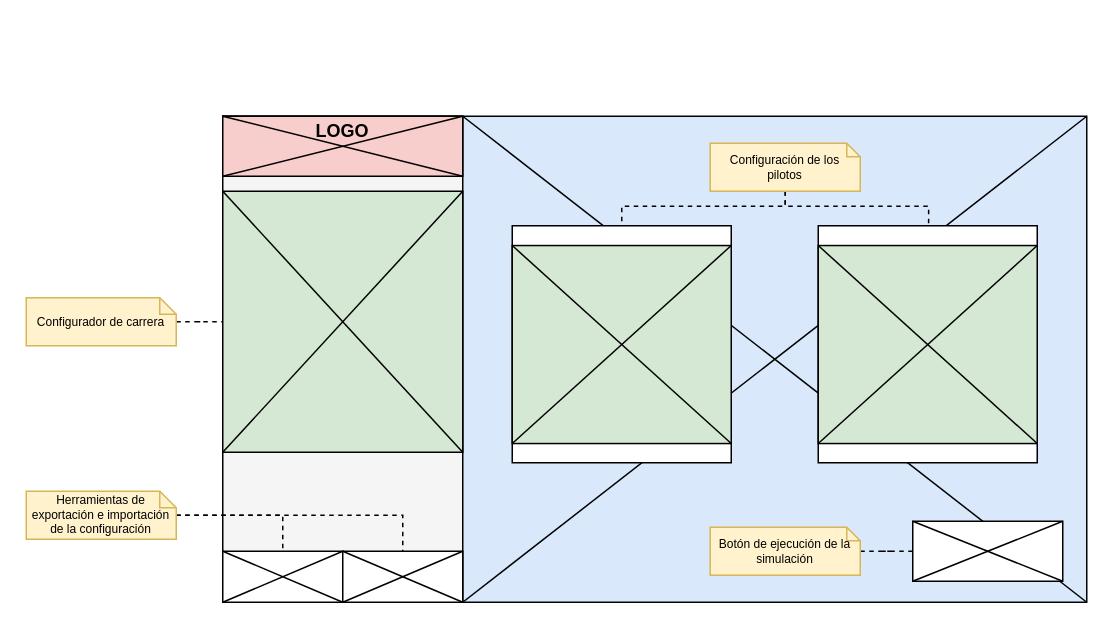
Earlier version of the draw.io diagram page "Proto-Config" (8 of 17) of diagramas/grafo-sistema.drawio (amt911/TFG-Documento). Source tidied: cells renumbered, new cells numbered last; positions are measured from the earlier drawing's top-left corner, leaving out a move shared by most shapes. Both pictures are drawn from the tidied source at 150%, with x=0, y=0 at pixel (26, 116).
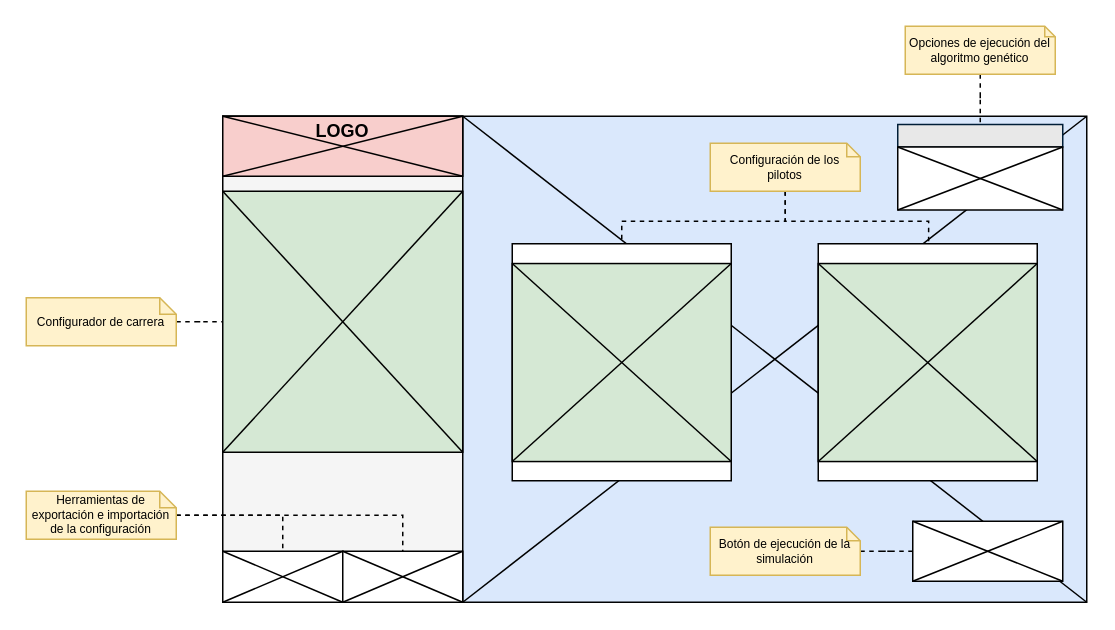
The same page after the edit.

Unchanged cells that the change refers to:
```xml
<mxCell id="22" style="rounded=0;whiteSpace=wrap;html=1;" parent="21" vertex="1">
  <mxGeometry width="146" height="158" as="geometry" />
</mxCell>
<mxCell id="34" value="Configuración de los pilotos" style="shape=note;size=9;whiteSpace=wrap;html=1;fillColor=#fff2cc;strokeColor=#d6b656;fontSize=8;" parent="1" vertex="1">
  <mxGeometry x="456" y="18" width="100" height="32" as="geometry" />
</mxCell>
```

Change to the diagram source:
```diff
@@
     <mxCell id="21" style="group;" parent="1" vertex="1">
-      <mxGeometry x="324" y="73" width="146" height="158" as="geometry" />
+      <mxGeometry x="324" y="85" width="146" height="158" as="geometry" />
     </mxCell>
@@
     <mxCell id="32" style="edgeStyle=orthogonalEdgeStyle;rounded=0;jettySize=auto;html=1;entryX=0.5;entryY=0;entryDx=0;entryDy=0;endArrow=none;endFill=0;dashed=1;" parent="1" edge="1" source="34" target="22">
       <mxGeometry relative="1" as="geometry">
         <Array as="points">
-          <mxPoint x="506" y="60" />
-          <mxPoint x="397" y="60" />
+          <mxPoint x="506" y="70" />
+          <mxPoint x="397" y="70" />
         </Array>
       </mxGeometry>
     </mxCell>
     <mxCell id="33" style="edgeStyle=orthogonalEdgeStyle;rounded=0;jettySize=auto;html=1;entryX=0.504;entryY=0.015;entryDx=0;entryDy=0;entryPerimeter=0;endArrow=none;endFill=0;dashed=1;" parent="1" edge="1" source="34" target="38">
       <mxGeometry relative="1" as="geometry">
         <Array as="points">
-          <mxPoint x="506" y="60" />
-          <mxPoint x="602" y="60" />
+          <mxPoint x="506" y="70" />
+          <mxPoint x="602" y="70" />
         </Array>
       </mxGeometry>
     </mxCell>
@@
     <mxCell id="37" style="group;" parent="1" vertex="1">
-      <mxGeometry x="528" y="73" width="146" height="158" as="geometry" />
+      <mxGeometry x="528" y="85" width="146" height="158" as="geometry" />
     </mxCell>
+    <mxCell id="43" style="group;" parent="37" vertex="1">
+      <mxGeometry width="146" height="158" as="geometry" />
+    </mxCell>
-    <mxCell id="38" style="rounded=0;whiteSpace=wrap;html=1;" parent="37" vertex="1">
+    <mxCell id="38" style="rounded=0;whiteSpace=wrap;html=1;" parent="43" vertex="1">
       <mxGeometry width="146" height="158" as="geometry" />
     </mxCell>
-    <mxCell id="39" style="group;" parent="37" vertex="1">
+    <mxCell id="39" style="group;" parent="43" vertex="1">
       <mxGeometry y="13.2" width="146" height="132.8" as="geometry" />
     </mxCell>
@@
+    <mxCell id="44" style="group;spacingTop=0;spacingBottom=0;spacingLeft=0;" parent="1" vertex="1">
+      <mxGeometry x="581" y="5.5" width="110" height="15" as="geometry" />
+    </mxCell>
+    <mxCell id="45" style="rounded=0;whiteSpace=wrap;html=1;strokeColor=#001E38;fillColor=#E8E8E8;align=left;spacingLeft=14;spacingRight=0;spacing=0;spacingTop=0;spacingBottom=3;" parent="44" vertex="1">
+      <mxGeometry width="110" height="15" as="geometry" />
+    </mxCell>
+    <mxCell id="46" style="rounded=0;whiteSpace=wrap;html=1;" parent="1" vertex="1">
+      <mxGeometry x="581" y="20.5" width="110" height="42" as="geometry" />
+    </mxCell>
+    <mxCell id="47" style="endArrow=none;html=1;rounded=0;entryX=1;entryY=0;entryDx=0;entryDy=0;exitX=0;exitY=1;exitDx=0;exitDy=0;" parent="1" edge="1" source="46" target="46">
+      <mxGeometry relative="1" as="geometry" />
+    </mxCell>
+    <mxCell id="48" style="endArrow=none;html=1;rounded=0;entryX=1;entryY=1;entryDx=0;entryDy=0;exitX=0;exitY=0;exitDx=0;exitDy=0;" parent="1" edge="1" source="46" target="46">
+      <mxGeometry relative="1" as="geometry" />
+    </mxCell>
+    <mxCell id="49" style="edgeStyle=orthogonalEdgeStyle;rounded=0;jettySize=auto;html=1;entryX=0.5;entryY=0;entryDx=0;entryDy=0;endArrow=none;endFill=0;dashed=1;" parent="1" edge="1" source="50" target="45">
+      <mxGeometry relative="1" as="geometry" />
+    </mxCell>
+    <mxCell id="50" value="Opciones de ejecución del algoritmo genético" style="shape=note;size=7;whiteSpace=wrap;html=1;fillColor=#fff2cc;strokeColor=#d6b656;fontSize=8;" parent="1" vertex="1">
+      <mxGeometry x="586" y="-60" width="100" height="32" as="geometry" />
+    </mxCell>
```
